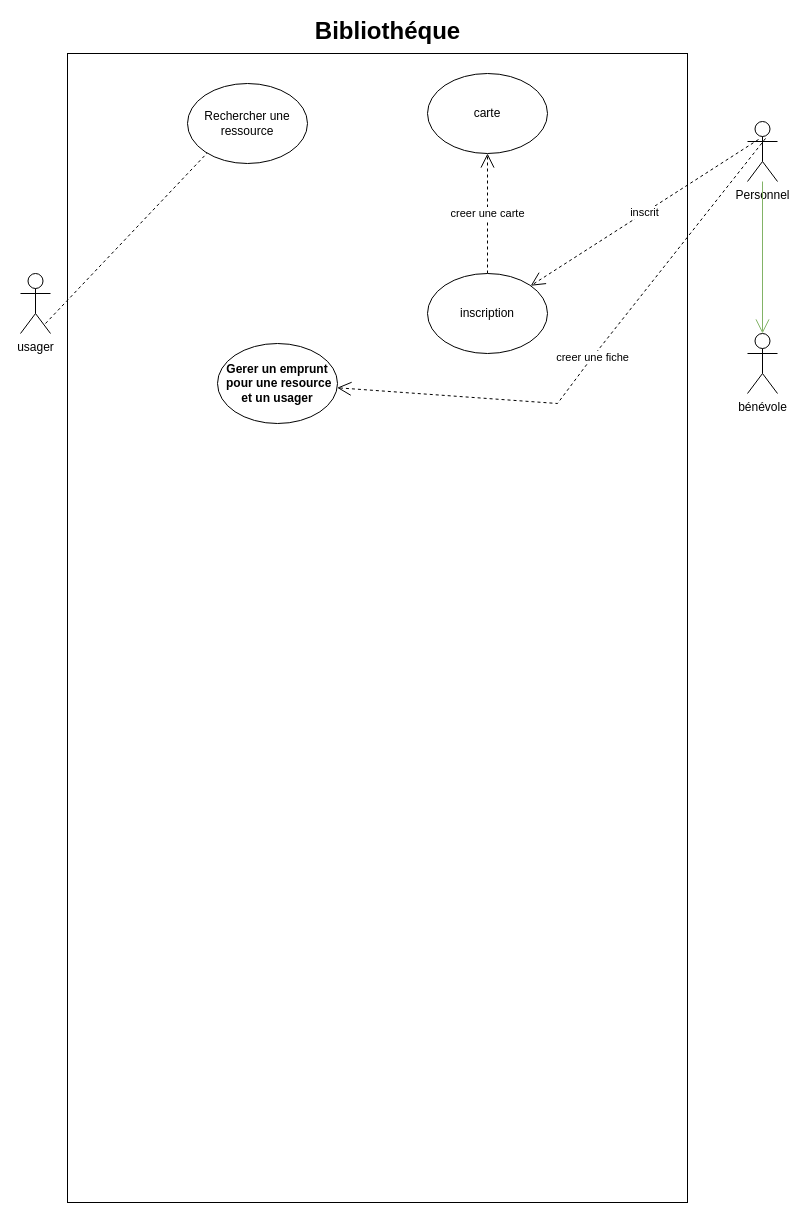
Earlier version of the draw.io diagram maquetter_une_application/UML_Partie_1/phase_2/cas_d_utilisation_mediatheque.drawio (Rustam0-0/cda). Source tidied: cells renumbered, new cells numbered last; positions are measured from the earlier drawing's top-left corner, leaving out a move shared by most shapes. Both pictures are drawn from the tidied source at 100%, with x=0, y=0 at pixel (20, 21).
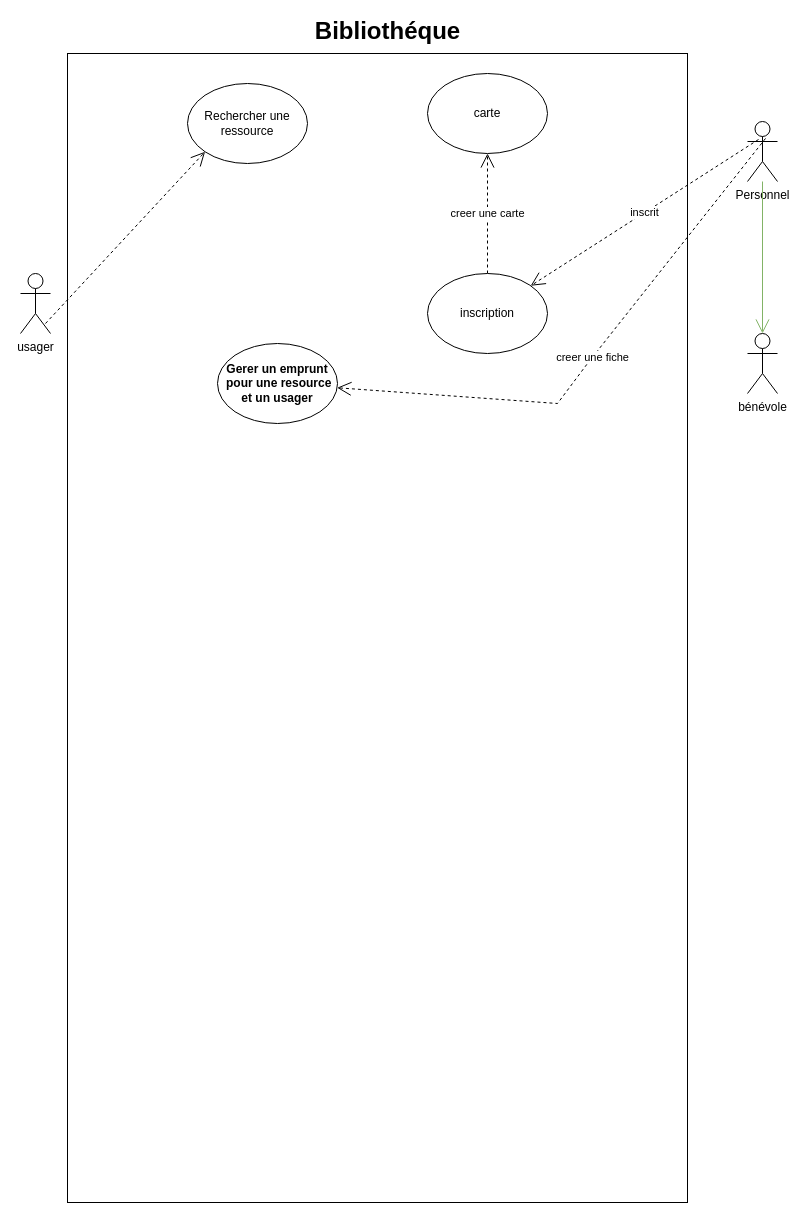
Above is the later version.

Commit message:
mise à jour cas d'utilisation mediathéque

The edit, as a diff of the source:
```diff
@@
 <mxGraphModel>
   <root>
     <mxCell id="0" />
     <mxCell id="1" parent="0" />
     <mxCell id="2" style="rounded=0;whiteSpace=wrap;html=1;direction=south;" parent="1" vertex="1">
       <mxGeometry x="47" y="32" width="620" height="1149" as="geometry" />
     </mxCell>
     <mxCell id="3" value="&lt;font style=&quot;font-size: 24px&quot;&gt;&lt;b&gt;Bibliothéque&lt;/b&gt;&lt;/font&gt;" style="text;html=1;align=center;verticalAlign=middle;strokeColor=none;fillColor=none;" parent="1" vertex="1">
       <mxGeometry x="287" width="160" height="20" as="geometry" />
     </mxCell>
     <mxCell id="4" value="usager" style="shape=umlActor;verticalLabelPosition=bottom;verticalAlign=top;html=1;" parent="1" vertex="1">
       <mxGeometry y="252" width="30" height="60" as="geometry" />
     </mxCell>
     <mxCell id="5" value="Personnel" style="shape=umlActor;verticalLabelPosition=bottom;verticalAlign=top;html=1;" parent="1" vertex="1">
       <mxGeometry x="727" y="100" width="30" height="60" as="geometry" />
     </mxCell>
     <mxCell id="6" value="bénévole" style="shape=umlActor;verticalLabelPosition=bottom;verticalAlign=top;html=1;" parent="1" vertex="1">
       <mxGeometry x="727" y="312" width="30" height="60" as="geometry" />
     </mxCell>
     <mxCell id="7" value="inscrit" style="endArrow=open;endSize=12;dashed=1;html=1;rounded=0;exitX=0.367;exitY=0.3;exitDx=0;exitDy=0;exitPerimeter=0;" parent="1" edge="1" source="5" target="14">
       <mxGeometry relative="1" as="geometry" />
     </mxCell>
     <mxCell id="8" value="creer une carte" style="endArrow=open;endSize=12;dashed=1;html=1;rounded=0;" parent="1" edge="1" source="14" target="13">
       <mxGeometry relative="1" as="geometry" />
     </mxCell>
-    <mxCell id="9" style="endArrow=open;endSize=12;dashed=1;html=1;rounded=0;" parent="1" edge="1">
+    <mxCell id="9" style="endArrow=open;endSize=12;dashed=1;html=1;rounded=0;entryX=0;entryY=1;entryDx=0;entryDy=0;" parent="1" edge="1" target="12">
       <mxGeometry relative="1" as="geometry">
         <mxPoint x="25" y="302" as="sourcePoint" />
-        <mxPoint x="215.6" y="101" as="targetPoint" />
       </mxGeometry>
     </mxCell>
     <mxCell id="10" value="creer une fiche" style="endArrow=open;endSize=12;dashed=1;html=1;rounded=0;exitX=0.6;exitY=0.283;exitDx=0;exitDy=0;exitPerimeter=0;" parent="1" edge="1" source="5" target="15">
       <mxGeometry relative="1" as="geometry">
         <Array as="points">
           <mxPoint x="567" y="342" />
           <mxPoint x="537" y="382" />
         </Array>
       </mxGeometry>
     </mxCell>
     <mxCell id="11" style="endArrow=open;endFill=1;endSize=12;html=1;rounded=0;fillColor=#d5e8d4;strokeColor=#82b366;" parent="1" edge="1" source="5" target="6">
       <mxGeometry relative="1" as="geometry" />
     </mxCell>
     <mxCell id="12" value="Rechercher une ressource" style="ellipse;whiteSpace=wrap;html=1;" parent="1" vertex="1">
       <mxGeometry x="167" y="62" width="120" height="80" as="geometry" />
     </mxCell>
     <mxCell id="13" value="carte" style="ellipse;whiteSpace=wrap;html=1;" parent="1" vertex="1">
       <mxGeometry x="407" y="52" width="120" height="80" as="geometry" />
     </mxCell>
     <mxCell id="14" value="inscription" style="ellipse;whiteSpace=wrap;html=1;" parent="1" vertex="1">
       <mxGeometry x="407" y="252" width="120" height="80" as="geometry" />
     </mxCell>
     <mxCell id="15" value="Gerer un emprunt&lt;br&gt;&amp;nbsp;pour une resource et un usager" style="ellipse;whiteSpace=wrap;html=1;fontStyle=1;" parent="1" vertex="1">
       <mxGeometry x="197" y="322" width="120" height="80" as="geometry" />
     </mxCell>
   </root>
 </mxGraphModel>
```
